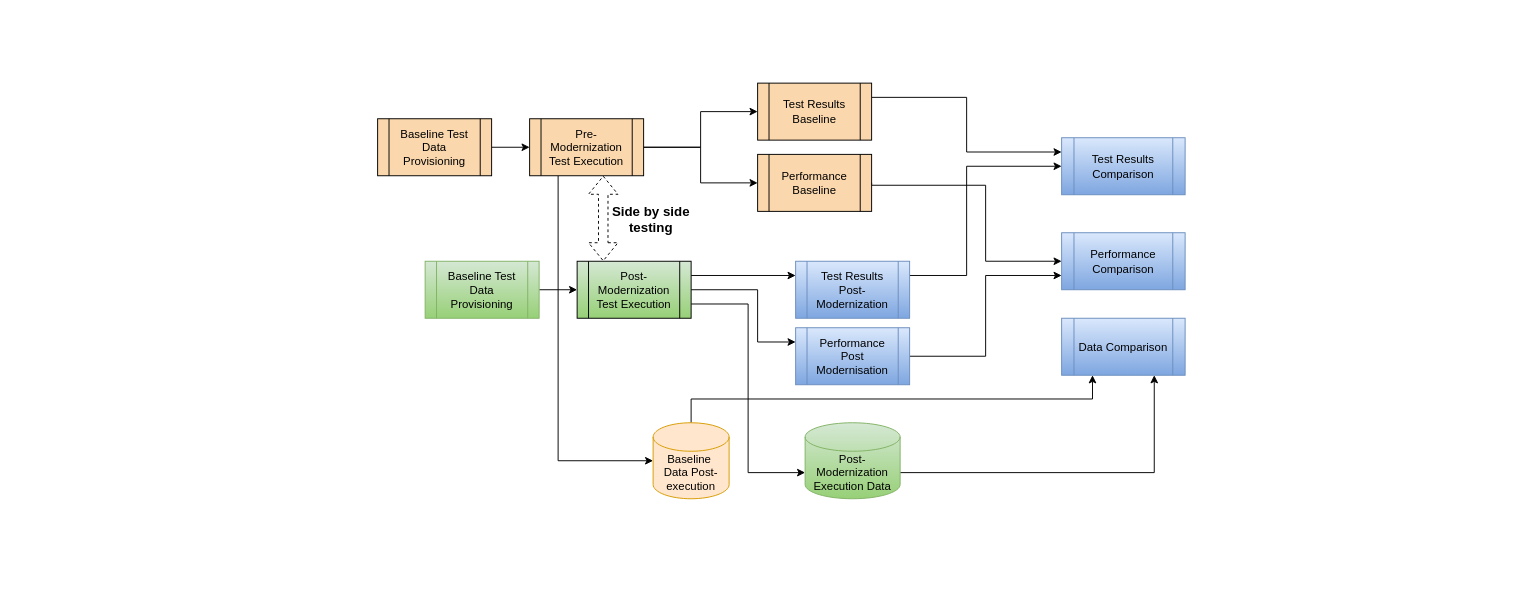
The draw.io diagram DTCC Side by Side Testing.drawio in ilanjaya/TestCOE, before the edit. Source tidied: cells renumbered, new cells numbered last; positions are measured from the earlier drawing's top-left corner, leaving out a move shared by most shapes. Both pictures are drawn from the tidied source at 95%, with x=0, y=0 at pixel (377, 83).
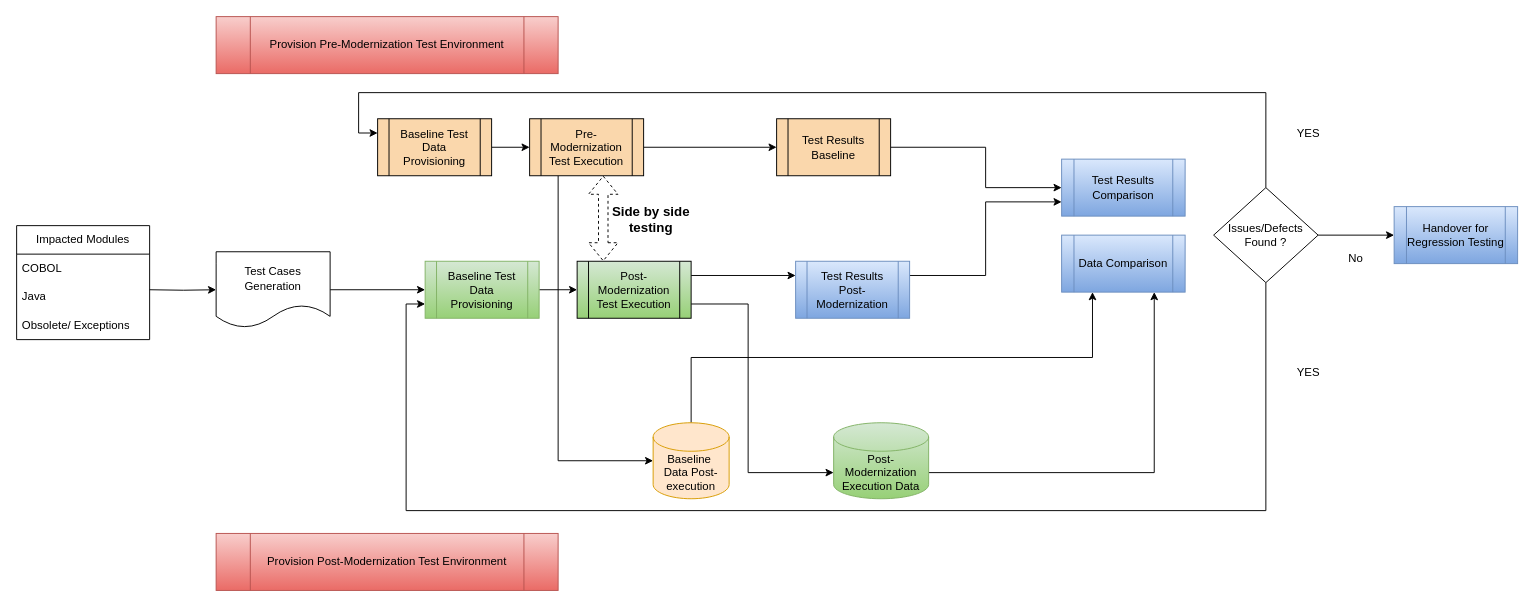
The same page after the edit.

Unchanged cells that the change refers to:
```xml
<mxCell id="5" value="Pre-Modernization Test Execution" style="shape=process;whiteSpace=wrap;html=1;backgroundOutline=1;fillColor=#fad7ac;" parent="1" vertex="1">
  <mxGeometry x="160" y="37.5" width="120" height="60" as="geometry" />
</mxCell>
<mxCell id="9" value="Baseline Test Data Provisioning" style="shape=process;whiteSpace=wrap;html=1;backgroundOutline=1;fillColor=#fad7ac;" parent="1" vertex="1">
  <mxGeometry y="37.5" width="120" height="60" as="geometry" />
</mxCell>
<mxCell id="13" value="Post-Modernization Test Execution" style="shape=process;whiteSpace=wrap;html=1;backgroundOutline=1;gradientColor=#97d077;fillColor=#d5e8d4;" parent="1" vertex="1">
  <mxGeometry x="210" y="187.5" width="120" height="60" as="geometry" />
</mxCell>
<mxCell id="15" value="Test Results Post-Modernization" style="shape=process;whiteSpace=wrap;html=1;backgroundOutline=1;gradientColor=#7ea6e0;fillColor=#dae8fc;strokeColor=#6c8ebf;" parent="1" vertex="1">
  <mxGeometry x="440" y="187.5" width="120" height="60" as="geometry" />
</mxCell>
<mxCell id="30" value="Baseline Test Data Provisioning" style="shape=process;whiteSpace=wrap;html=1;backgroundOutline=1;fillColor=#d5e8d4;gradientColor=#97d077;strokeColor=#82b366;" parent="1" vertex="1">
  <mxGeometry x="50" y="187.5" width="120" height="60" as="geometry" />
</mxCell>
```

Change to the diagram source:
```diff
@@
-    <mxCell id="4" style="edgeStyle=orthogonalEdgeStyle;rounded=0;jettySize=auto;html=1;exitX=1;exitY=0.5;exitDx=0;exitDy=0;" parent="1" edge="1" source="5" target="26">
-      <mxGeometry relative="1" as="geometry" />
-    </mxCell>
@@
-    <mxCell id="6" style="edgeStyle=orthogonalEdgeStyle;rounded=0;jettySize=auto;html=1;exitX=1;exitY=0.25;exitDx=0;exitDy=0;entryX=0;entryY=0.25;entryDx=0;entryDy=0;" parent="1" edge="1" source="7" target="16">
-      <mxGeometry relative="1" as="geometry" />
+    <mxCell id="6" style="edgeStyle=orthogonalEdgeStyle;rounded=0;jettySize=auto;html=1;exitX=1;exitY=0.5;exitDx=0;exitDy=0;entryX=0;entryY=0.5;entryDx=0;entryDy=0;" parent="1" edge="1" source="7" target="16">
+      <mxGeometry relative="1" as="geometry">
+        <Array as="points">
+          <mxPoint x="640" y="68" />
+          <mxPoint x="640" y="110" />
+        </Array>
+      </mxGeometry>
     </mxCell>
     <mxCell id="7" value="Test Results Baseline" style="shape=process;whiteSpace=wrap;html=1;backgroundOutline=1;fillColor=#fad7ac;" parent="1" vertex="1">
-      <mxGeometry x="400" width="120" height="60" as="geometry" />
+      <mxGeometry x="420" y="37.5" width="120" height="60" as="geometry" />
     </mxCell>
@@
-    <mxCell id="12" style="edgeStyle=orthogonalEdgeStyle;rounded=0;jettySize=auto;html=1;exitX=1;exitY=0.5;exitDx=0;exitDy=0;entryX=0;entryY=0.25;entryDx=0;entryDy=0;" parent="1" edge="1" source="13" target="28">
-      <mxGeometry relative="1" as="geometry">
-        <Array as="points">
-          <mxPoint x="400" y="217.5" />
-          <mxPoint x="400" y="272.5" />
-        </Array>
-      </mxGeometry>
-    </mxCell>
@@
-    <mxCell id="14" style="edgeStyle=orthogonalEdgeStyle;rounded=0;jettySize=auto;html=1;exitX=1;exitY=0.25;exitDx=0;exitDy=0;entryX=0;entryY=0.5;entryDx=0;entryDy=0;" parent="1" edge="1" source="15" target="16">
-      <mxGeometry relative="1" as="geometry">
-        <Array as="points">
-          <mxPoint x="620" y="202.5" />
-          <mxPoint x="620" y="87.5" />
-        </Array>
-      </mxGeometry>
+    <mxCell id="14" style="edgeStyle=orthogonalEdgeStyle;rounded=0;jettySize=auto;html=1;exitX=1;exitY=0.25;exitDx=0;exitDy=0;entryX=0;entryY=0.75;entryDx=0;entryDy=0;" parent="1" edge="1" source="15" target="16">
+      <mxGeometry relative="1" as="geometry" />
     </mxCell>
@@
     <mxCell id="16" value="Test Results Comparison" style="shape=process;whiteSpace=wrap;html=1;backgroundOutline=1;gradientColor=#7ea6e0;fillColor=#dae8fc;strokeColor=#6c8ebf;" parent="1" vertex="1">
-      <mxGeometry x="720" y="57.5" width="130" height="60" as="geometry" />
+      <mxGeometry x="720" y="80" width="130" height="60" as="geometry" />
     </mxCell>
     <mxCell id="17" value="Data Comparison" style="shape=process;whiteSpace=wrap;html=1;backgroundOutline=1;gradientColor=#7ea6e0;fillColor=#dae8fc;strokeColor=#6c8ebf;" parent="1" vertex="1">
-      <mxGeometry x="720" y="247.5" width="130" height="60" as="geometry" />
+      <mxGeometry x="720" y="160" width="130" height="60" as="geometry" />
     </mxCell>
@@
     <mxCell id="21" value="Post-Modernization Execution Data" style="shape=cylinder3;whiteSpace=wrap;html=1;boundedLbl=1;backgroundOutline=1;size=15;fillColor=#d5e8d4;gradientColor=#97d077;strokeColor=#82b366;" parent="1" vertex="1">
-      <mxGeometry x="450" y="357.5" width="100" height="80" as="geometry" />
+      <mxGeometry x="480" y="357.5" width="100" height="80" as="geometry" />
     </mxCell>
@@
-    <mxCell id="24" value="Performance Comparison" style="shape=process;whiteSpace=wrap;html=1;backgroundOutline=1;gradientColor=#7ea6e0;fillColor=#dae8fc;strokeColor=#6c8ebf;" parent="1" vertex="1">
-      <mxGeometry x="720" y="157.5" width="130" height="60" as="geometry" />
-    </mxCell>
-    <mxCell id="25" style="edgeStyle=orthogonalEdgeStyle;rounded=0;jettySize=auto;html=1;exitX=1;exitY=0.5;exitDx=0;exitDy=0;entryX=0;entryY=0.5;entryDx=0;entryDy=0;" parent="1" edge="1" source="26" target="24">
-      <mxGeometry relative="1" as="geometry">
-        <Array as="points">
-          <mxPoint x="640" y="107.5" />
-          <mxPoint x="640" y="187.5" />
-        </Array>
-      </mxGeometry>
-    </mxCell>
-    <mxCell id="26" value="Performance Baseline" style="shape=process;whiteSpace=wrap;html=1;backgroundOutline=1;fillColor=#fad7ac;" parent="1" vertex="1">
-      <mxGeometry x="400" y="75" width="120" height="60" as="geometry" />
-    </mxCell>
-    <mxCell id="27" style="edgeStyle=orthogonalEdgeStyle;rounded=0;jettySize=auto;html=1;exitX=1;exitY=0.5;exitDx=0;exitDy=0;entryX=0;entryY=0.75;entryDx=0;entryDy=0;" parent="1" edge="1" source="28" target="24">
-      <mxGeometry relative="1" as="geometry" />
-    </mxCell>
-    <mxCell id="28" value="Performance Post Modernisation" style="shape=process;whiteSpace=wrap;html=1;backgroundOutline=1;gradientColor=#7ea6e0;fillColor=#dae8fc;strokeColor=#6c8ebf;" parent="1" vertex="1">
-      <mxGeometry x="440" y="257.5" width="120" height="60" as="geometry" />
-    </mxCell>
@@
+    <mxCell id="31" style="edgeStyle=orthogonalEdgeStyle;rounded=0;jettySize=auto;html=1;exitX=1;exitY=0.5;exitDx=0;exitDy=0;entryX=0;entryY=0.5;entryDx=0;entryDy=0;" parent="1" edge="1" source="32" target="30">
+      <mxGeometry relative="1" as="geometry" />
+    </mxCell>
+    <mxCell id="32" value="Test Cases Generation" style="shape=document;whiteSpace=wrap;html=1;boundedLbl=1;" parent="1" vertex="1">
+      <mxGeometry x="-170" y="177.5" width="120" height="80" as="geometry" />
+    </mxCell>
+    <mxCell id="33" value="Impacted Modules" style="swimlane;fontStyle=0;horizontal=1;startSize=30;whiteSpace=wrap;html=1;" parent="1" vertex="1">
+      <mxGeometry x="-380" y="150" width="140" height="120" as="geometry" />
+    </mxCell>
+    <mxCell id="34" value="COBOL" style="text;strokeColor=none;fillColor=none;align=left;verticalAlign=middle;spacingLeft=4;spacingRight=4;overflow=hidden;whiteSpace=wrap;html=1;" parent="33" vertex="1">
+      <mxGeometry y="30" width="140" height="30" as="geometry" />
+    </mxCell>
+    <mxCell id="35" value="Java" style="text;strokeColor=none;fillColor=none;align=left;verticalAlign=middle;spacingLeft=4;spacingRight=4;overflow=hidden;whiteSpace=wrap;html=1;" parent="33" vertex="1">
+      <mxGeometry y="60" width="140" height="30" as="geometry" />
+    </mxCell>
+    <mxCell id="36" value="Obsolete/ Exceptions" style="text;strokeColor=none;fillColor=none;align=left;verticalAlign=middle;spacingLeft=4;spacingRight=4;overflow=hidden;whiteSpace=wrap;html=1;" parent="33" vertex="1">
+      <mxGeometry y="90" width="140" height="30" as="geometry" />
+    </mxCell>
+    <mxCell id="37" style="edgeStyle=orthogonalEdgeStyle;rounded=0;jettySize=auto;html=1;exitX=1;exitY=0.5;exitDx=0;exitDy=0;" parent="1" edge="1" target="32">
+      <mxGeometry relative="1" as="geometry">
+        <mxPoint x="-240" y="217.5" as="sourcePoint" />
+      </mxGeometry>
+    </mxCell>
+    <mxCell id="38" value="Provision Pre-Modernization Test Environment" style="shape=process;whiteSpace=wrap;html=1;backgroundOutline=1;fillColor=#f8cecc;gradientColor=#ea6b66;strokeColor=#b85450;" parent="1" vertex="1">
+      <mxGeometry x="-170" y="-70" width="360" height="60" as="geometry" />
+    </mxCell>
+    <mxCell id="39" value="Provision Post-Modernization Test Environment" style="shape=process;whiteSpace=wrap;html=1;backgroundOutline=1;fillColor=#f8cecc;gradientColor=#ea6b66;strokeColor=#b85450;" parent="1" vertex="1">
+      <mxGeometry x="-170" y="474" width="360" height="60" as="geometry" />
+    </mxCell>
+    <mxCell id="40" style="edgeStyle=orthogonalEdgeStyle;rounded=0;jettySize=auto;html=1;entryX=0;entryY=0.25;entryDx=0;entryDy=0;exitX=0.5;exitY=0;exitDx=0;exitDy=0;" parent="1" edge="1" source="44" target="9">
+      <mxGeometry relative="1" as="geometry">
+        <Array as="points">
+          <mxPoint x="935" y="10" />
+          <mxPoint x="-20" y="10" />
+          <mxPoint x="-20" y="53" />
+        </Array>
+      </mxGeometry>
+    </mxCell>
+    <mxCell id="41" value="Handover for Regression Testing" style="shape=process;whiteSpace=wrap;html=1;backgroundOutline=1;gradientColor=#7ea6e0;fillColor=#dae8fc;strokeColor=#6c8ebf;" parent="1" vertex="1">
+      <mxGeometry x="1070" y="130" width="130" height="60" as="geometry" />
+    </mxCell>
+    <mxCell id="42" style="edgeStyle=orthogonalEdgeStyle;rounded=0;jettySize=auto;html=1;exitX=0.5;exitY=1;exitDx=0;exitDy=0;entryX=0;entryY=0.75;entryDx=0;entryDy=0;" parent="1" edge="1" source="44" target="30">
+      <mxGeometry relative="1" as="geometry">
+        <Array as="points">
+          <mxPoint x="935" y="450" />
+          <mxPoint x="30" y="450" />
+          <mxPoint x="30" y="233" />
+        </Array>
+      </mxGeometry>
+    </mxCell>
+    <mxCell id="43" style="edgeStyle=orthogonalEdgeStyle;rounded=0;jettySize=auto;html=1;exitX=1;exitY=0.5;exitDx=0;exitDy=0;entryX=0;entryY=0.5;entryDx=0;entryDy=0;" parent="1" edge="1" source="44" target="41">
+      <mxGeometry relative="1" as="geometry" />
+    </mxCell>
+    <mxCell id="44" value="Issues/Defects Found ?" style="rhombus;whiteSpace=wrap;html=1;" parent="1" vertex="1">
+      <mxGeometry x="880" y="110" width="110" height="100" as="geometry" />
+    </mxCell>
+    <mxCell id="45" value="YES" style="text;html=1;strokeColor=none;fillColor=none;align=center;verticalAlign=middle;whiteSpace=wrap;rounded=0;" parent="1" vertex="1">
+      <mxGeometry x="950" y="37.5" width="60" height="30" as="geometry" />
+    </mxCell>
+    <mxCell id="46" value="YES" style="text;html=1;strokeColor=none;fillColor=none;align=center;verticalAlign=middle;whiteSpace=wrap;rounded=0;" parent="1" vertex="1">
+      <mxGeometry x="950" y="290" width="60" height="30" as="geometry" />
+    </mxCell>
+    <mxCell id="47" value="No" style="text;html=1;strokeColor=none;fillColor=none;align=center;verticalAlign=middle;whiteSpace=wrap;rounded=0;" parent="1" vertex="1">
+      <mxGeometry x="1000" y="170" width="60" height="30" as="geometry" />
+    </mxCell>
```
